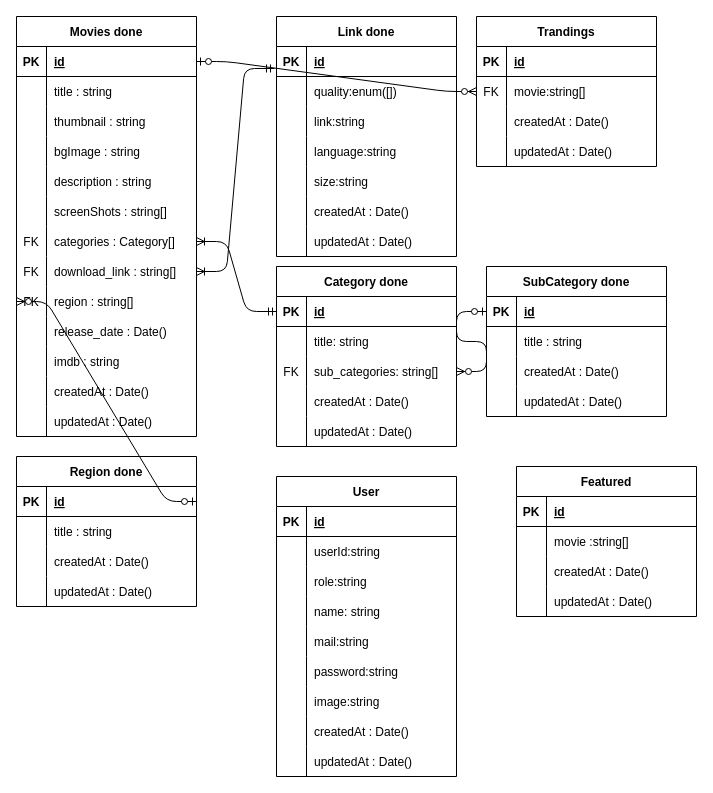
The draw.io diagram er-diagram.drawio in muradwahid/movie-server, before the edit. Source tidied: cells renumbered, new cells numbered last; positions are measured from the earlier drawing's top-left corner, leaving out a move shared by most shapes. Both pictures are drawn from the tidied source at 100%, with x=0, y=0 at pixel (16, 16).
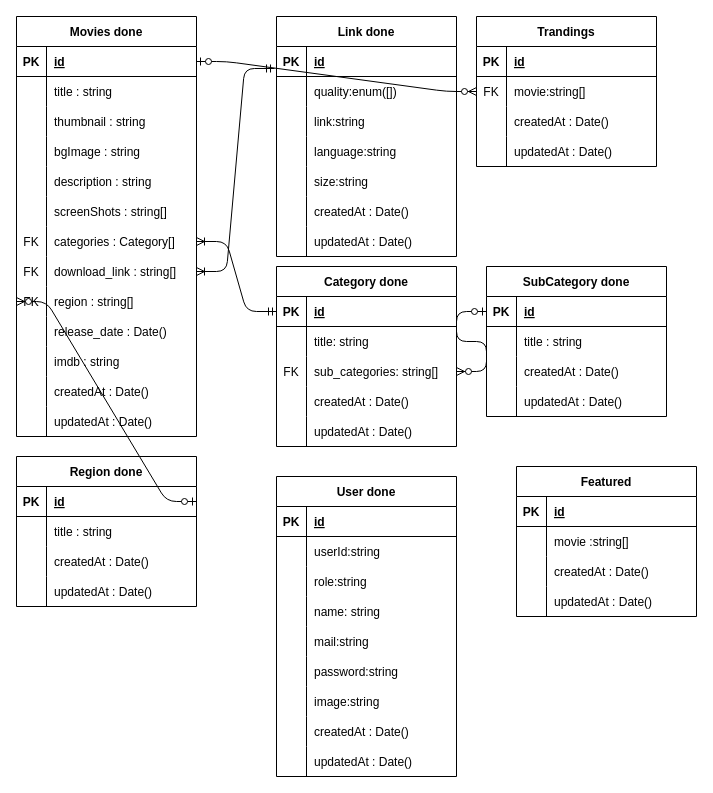
The same diagram, later.

Diff of the diagram source:
```diff
@@
-    <mxCell id="124" value="User" style="shape=table;startSize=30;childLayout=tableLayout;rowLines=0;fontStyle=1;align=center;" parent="1" vertex="1">
+    <mxCell id="124" value="User done" style="shape=table;startSize=30;childLayout=tableLayout;rowLines=0;fontStyle=1;align=center;" parent="1" vertex="1">
       <mxGeometry x="260" y="460" width="180" height="300" as="geometry" />
     </mxCell>
```
